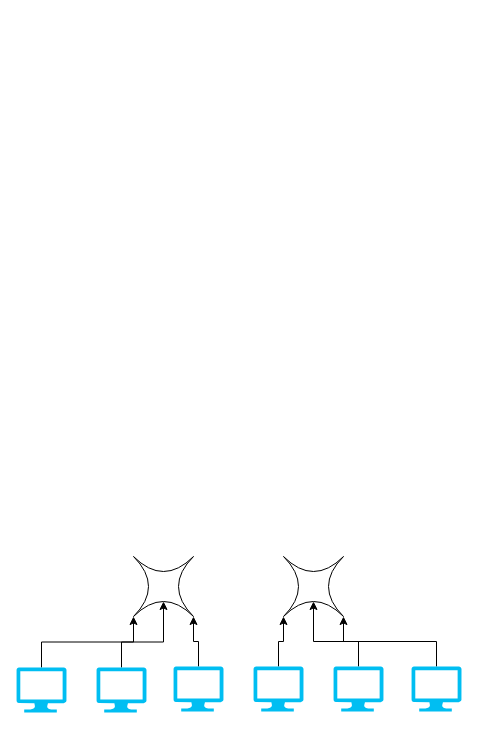
Earlier version of the draw.io diagram Untitled Diagram.drawio (zecouto/Submission-File-Advanced-Bash). Source tidied: cells renumbered, new cells numbered last; positions are measured from the earlier drawing's top-left corner, leaving out a move shared by most shapes. Both pictures are drawn from the tidied source at 100%, with x=0, y=0 at pixel (16, 556).
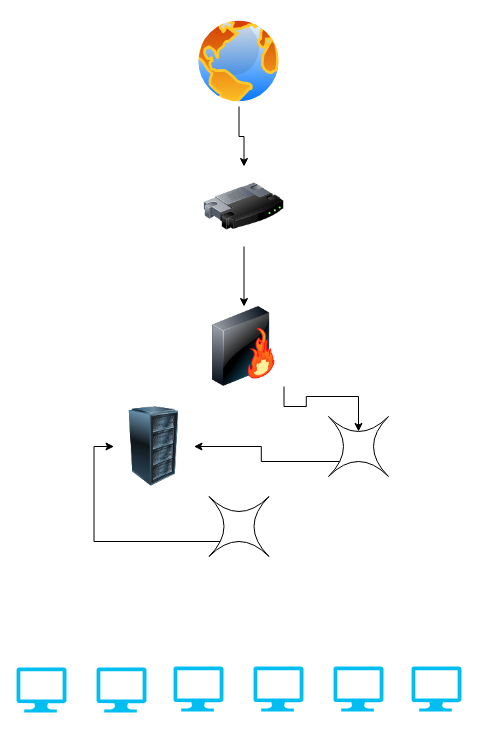
Above is the later version.

Change to the diagram source:
```diff
@@
 <mxGraphModel>
   <root>
     <mxCell id="0" />
     <mxCell id="1" parent="0" />
-    <mxCell id="2" style="edgeStyle=orthogonalEdgeStyle;rounded=0;jettySize=auto;html=1;exitX=0.5;exitY=0;exitDx=0;exitDy=0;exitPerimeter=0;entryX=1;entryY=1;entryDx=0;entryDy=0;entryPerimeter=0;" parent="1" edge="1" source="3" target="15">
-      <mxGeometry relative="1" as="geometry" />
-    </mxCell>
     <mxCell id="3" style="verticalLabelPosition=bottom;html=1;verticalAlign=top;align=center;strokeColor=none;fillColor=#00BEF2;shape=mxgraph.azure.computer;" parent="1" vertex="1">
       <mxGeometry x="395" y="110" width="50" height="45" as="geometry" />
     </mxCell>
-    <mxCell id="4" style="edgeStyle=orthogonalEdgeStyle;rounded=0;jettySize=auto;html=1;exitX=0.5;exitY=0;exitDx=0;exitDy=0;exitPerimeter=0;entryX=0.5;entryY=0.75;entryDx=0;entryDy=0;entryPerimeter=0;" parent="1" edge="1" source="5" target="15">
-      <mxGeometry relative="1" as="geometry" />
-    </mxCell>
     <mxCell id="5" style="verticalLabelPosition=bottom;html=1;verticalAlign=top;align=center;strokeColor=none;fillColor=#00BEF2;shape=mxgraph.azure.computer;" parent="1" vertex="1">
       <mxGeometry x="317" y="110" width="50" height="45" as="geometry" />
     </mxCell>
-    <mxCell id="6" style="edgeStyle=orthogonalEdgeStyle;rounded=0;jettySize=auto;html=1;exitX=0.5;exitY=0;exitDx=0;exitDy=0;exitPerimeter=0;entryX=0;entryY=1;entryDx=0;entryDy=0;entryPerimeter=0;" parent="1" edge="1" source="7" target="15">
-      <mxGeometry relative="1" as="geometry" />
-    </mxCell>
     <mxCell id="7" style="verticalLabelPosition=bottom;html=1;verticalAlign=top;align=center;strokeColor=none;fillColor=#00BEF2;shape=mxgraph.azure.computer;" parent="1" vertex="1">
       <mxGeometry x="237" y="110" width="50" height="45" as="geometry" />
     </mxCell>
-    <mxCell id="8" style="edgeStyle=orthogonalEdgeStyle;rounded=0;jettySize=auto;html=1;exitX=0.5;exitY=0;exitDx=0;exitDy=0;exitPerimeter=0;entryX=1;entryY=1;entryDx=0;entryDy=0;entryPerimeter=0;" parent="1" edge="1" source="9" target="14">
-      <mxGeometry relative="1" as="geometry" />
-    </mxCell>
     <mxCell id="9" style="verticalLabelPosition=bottom;html=1;verticalAlign=top;align=center;strokeColor=none;fillColor=#00BEF2;shape=mxgraph.azure.computer;" parent="1" vertex="1">
       <mxGeometry x="157" y="110" width="50" height="45" as="geometry" />
     </mxCell>
-    <mxCell id="10" style="edgeStyle=orthogonalEdgeStyle;rounded=0;jettySize=auto;html=1;exitX=0.5;exitY=0;exitDx=0;exitDy=0;exitPerimeter=0;entryX=0.5;entryY=0.75;entryDx=0;entryDy=0;entryPerimeter=0;" parent="1" edge="1" source="11" target="14">
-      <mxGeometry relative="1" as="geometry" />
-    </mxCell>
     <mxCell id="11" style="verticalLabelPosition=bottom;html=1;verticalAlign=top;align=center;strokeColor=none;fillColor=#00BEF2;shape=mxgraph.azure.computer;" parent="1" vertex="1">
       <mxGeometry x="80" y="111" width="50" height="45" as="geometry" />
     </mxCell>
-    <mxCell id="12" style="edgeStyle=orthogonalEdgeStyle;rounded=0;jettySize=auto;html=1;exitX=0.5;exitY=0;exitDx=0;exitDy=0;exitPerimeter=0;entryX=0;entryY=1;entryDx=0;entryDy=0;entryPerimeter=0;" parent="1" edge="1" source="13" target="14">
-      <mxGeometry relative="1" as="geometry" />
-    </mxCell>
     <mxCell id="13" style="verticalLabelPosition=bottom;html=1;verticalAlign=top;align=center;strokeColor=none;fillColor=#00BEF2;shape=mxgraph.azure.computer;" parent="1" vertex="1">
       <mxGeometry y="111" width="50" height="45" as="geometry" />
     </mxCell>
+    <mxCell id="16" style="edgeStyle=orthogonalEdgeStyle;rounded=0;jettySize=auto;html=1;exitX=0.5;exitY=0.75;exitDx=0;exitDy=0;exitPerimeter=0;entryX=0;entryY=0.5;entryDx=0;entryDy=0;" parent="1" edge="1" source="14" target="24">
+      <mxGeometry relative="1" as="geometry" />
+    </mxCell>
     <mxCell id="14" style="shape=switch;whiteSpace=wrap;html=1;" parent="1" vertex="1">
-      <mxGeometry x="117" width="60" height="60" as="geometry" />
+      <mxGeometry x="192.5" y="-60" width="60" height="60" as="geometry" />
     </mxCell>
+    <mxCell id="17" style="edgeStyle=orthogonalEdgeStyle;rounded=0;jettySize=auto;html=1;exitX=0.5;exitY=0.75;exitDx=0;exitDy=0;exitPerimeter=0;entryX=1;entryY=0.5;entryDx=0;entryDy=0;" parent="1" edge="1" source="15" target="24">
+      <mxGeometry relative="1" as="geometry" />
+    </mxCell>
     <mxCell id="15" style="shape=switch;whiteSpace=wrap;html=1;" parent="1" vertex="1">
-      <mxGeometry x="267" width="60" height="60" as="geometry" />
+      <mxGeometry x="312" y="-140" width="60" height="60" as="geometry" />
     </mxCell>
+    <mxCell id="18" style="edgeStyle=orthogonalEdgeStyle;rounded=0;jettySize=auto;html=1;exitX=0.5;exitY=1;exitDx=0;exitDy=0;entryX=0.5;entryY=0;entryDx=0;entryDy=0;" parent="1" edge="1" source="19" target="23">
+      <mxGeometry relative="1" as="geometry" />
+    </mxCell>
+    <mxCell id="19" style="image;html=1;image=img/lib/clip_art/networking/Router_128x128.png;" parent="1" vertex="1">
+      <mxGeometry x="187.5" y="-390" width="80" height="80" as="geometry" />
+    </mxCell>
+    <mxCell id="20" style="edgeStyle=orthogonalEdgeStyle;rounded=0;jettySize=auto;html=1;exitX=0.5;exitY=1;exitDx=0;exitDy=0;entryX=0.5;entryY=0;entryDx=0;entryDy=0;" parent="1" edge="1" source="21" target="19">
+      <mxGeometry relative="1" as="geometry" />
+    </mxCell>
+    <mxCell id="21" style="perimeter=ellipsePerimeter;html=1;align=center;shadow=0;dashed=0;spacingTop=3;image;image=img/lib/active_directory/internet_globe.svg;" parent="1" vertex="1">
+      <mxGeometry x="177.5" y="-540" width="90" height="90" as="geometry" />
+    </mxCell>
+    <mxCell id="22" style="edgeStyle=orthogonalEdgeStyle;rounded=0;jettySize=auto;html=1;exitX=1;exitY=1;exitDx=0;exitDy=0;entryX=0.5;entryY=0.25;entryDx=0;entryDy=0;entryPerimeter=0;" parent="1" edge="1" source="23" target="15">
+      <mxGeometry relative="1" as="geometry" />
+    </mxCell>
+    <mxCell id="23" style="image;html=1;image=img/lib/clip_art/networking/Firewall-page1_128x128.png;" parent="1" vertex="1">
+      <mxGeometry x="187.5" y="-250" width="80" height="80" as="geometry" />
+    </mxCell>
+    <mxCell id="24" style="image;html=1;image=img/lib/clip_art/computers/Server_Rack_128x128.png;" parent="1" vertex="1">
+      <mxGeometry x="97.5" y="-150" width="80" height="80" as="geometry" />
+    </mxCell>
   </root>
 </mxGraphModel>
```
